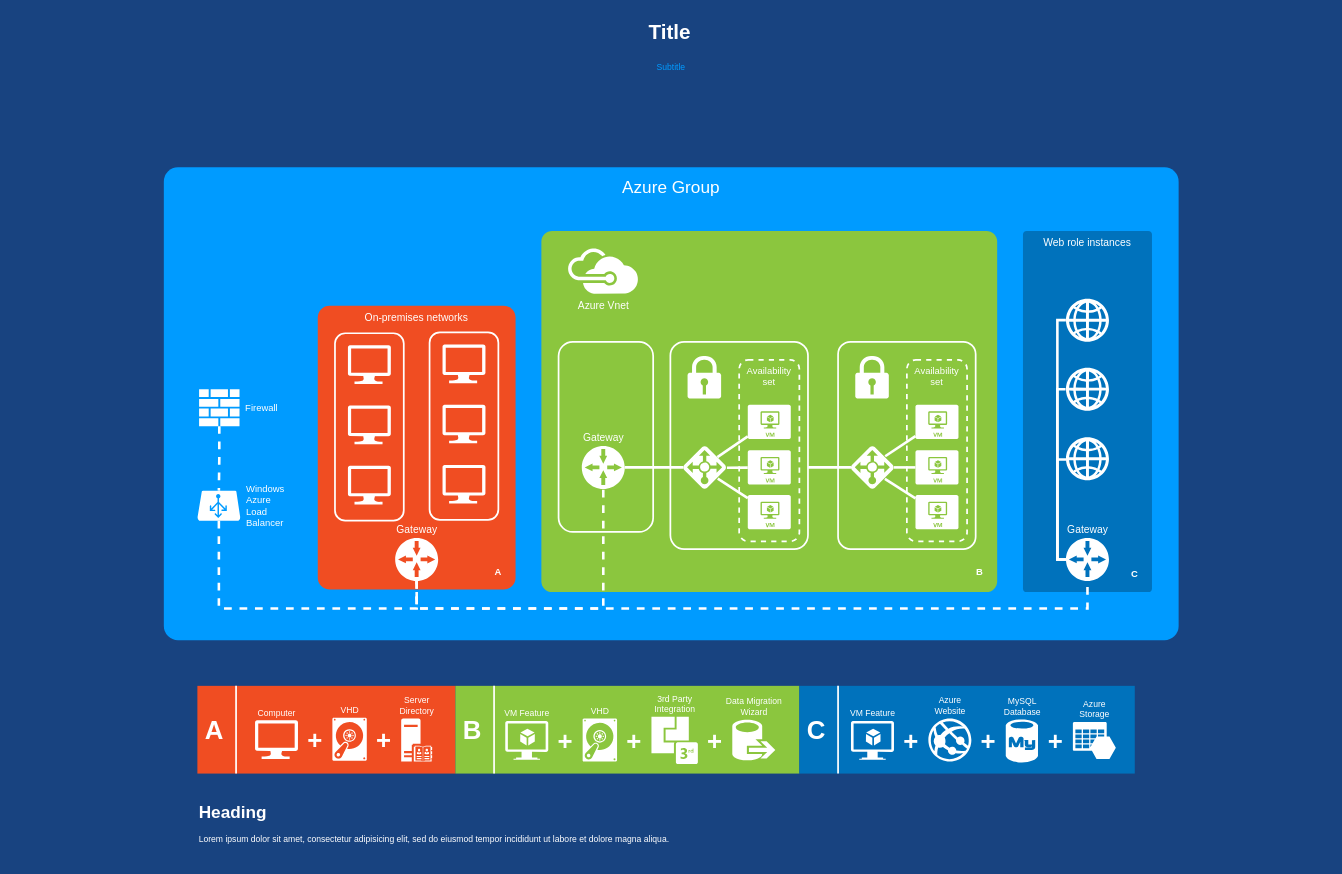
hyk95/git keeps this draw.io diagram as Untitled Diagram.drawio. Above is the earlier version. Source tidied: cells renumbered, new cells numbered last; positions are measured from the earlier drawing's top-left corner, leaving out a move shared by most shapes. Both pictures are drawn from the tidied source at 86%, with x=0, y=0 at pixel (15, 15).
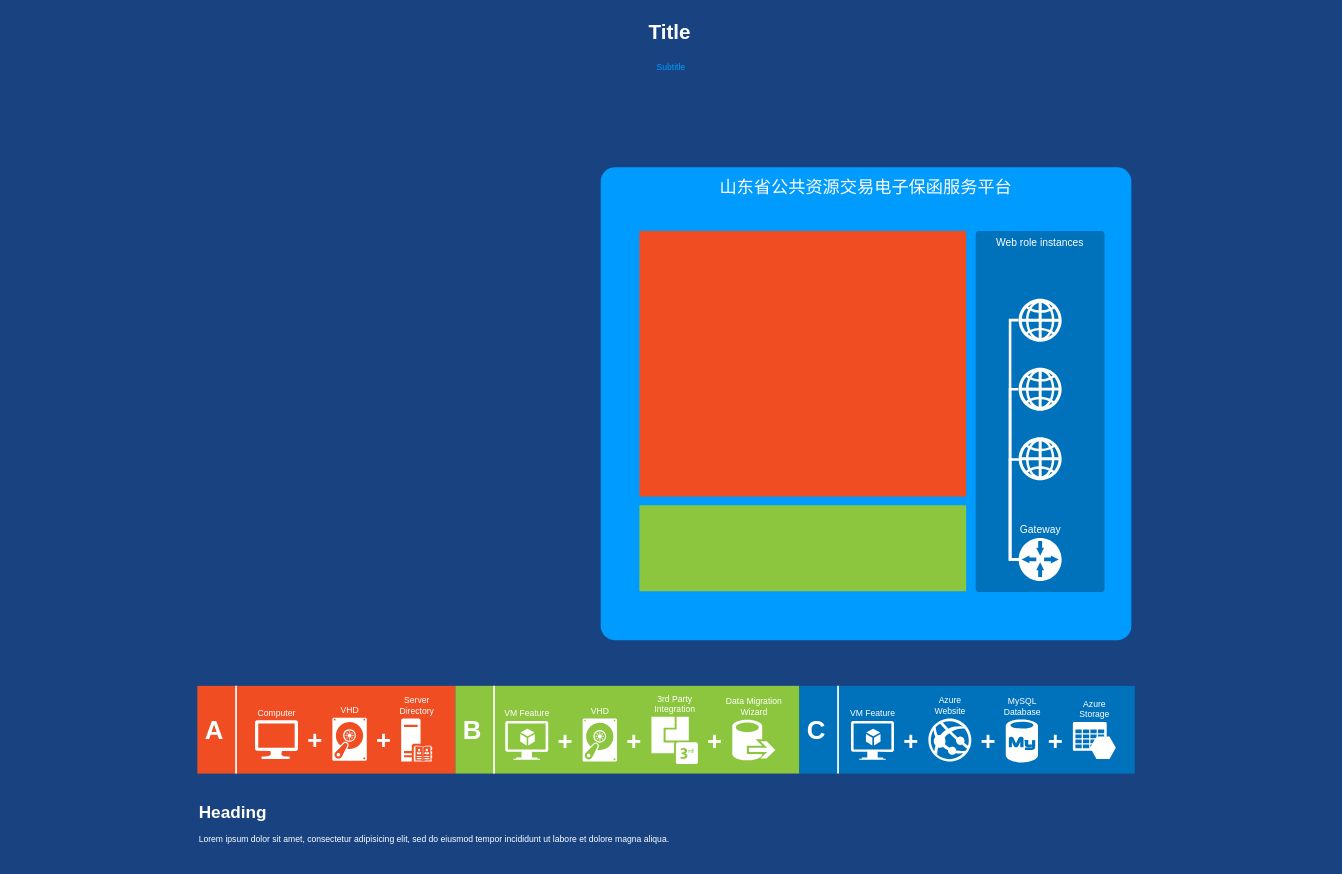
Above is the later version.

Change to the diagram source:
```diff
@@
-    <mxCell id="2" value="Azure Group" style="whiteSpace=wrap;html=1;rounded=1;shadow=0;strokeColor=none;strokeWidth=2;fillColor=#009BFF;fontSize=20;fontColor=#FFFFFF;align=center;arcSize=3;verticalAlign=top;spacingTop=4;" parent="1" vertex="1">
-      <mxGeometry x="173" y="177" width="1180" height="550" as="geometry" />
+    <mxCell id="2" value="山东省公共资源交易电子保函服务平台" style="whiteSpace=wrap;html=1;rounded=1;shadow=0;strokeColor=none;strokeWidth=2;fillColor=#009BFF;fontSize=20;fontColor=#FFFFFF;align=center;arcSize=3;verticalAlign=top;spacingTop=4;" parent="1" vertex="1">
+      <mxGeometry x="681" y="177" width="617" height="550" as="geometry" />
     </mxCell>
     <mxCell id="3" value="Web role instances" style="rounded=1;whiteSpace=wrap;html=1;shadow=0;strokeWidth=2;fillColor=#0072BC;fontSize=12;fontColor=#FFFFFF;align=center;strokeColor=none;arcSize=3;verticalAlign=top;" parent="1" vertex="1">
-      <mxGeometry x="1172" y="251" width="150" height="420" as="geometry" />
+      <mxGeometry x="1117" y="251" width="150" height="420" as="geometry" />
     </mxCell>
-    <mxCell id="4" style="rounded=1;whiteSpace=wrap;html=1;shadow=0;strokeWidth=2;fillColor=#8BC63E;fontSize=12;fontColor=#000000;align=center;strokeColor=none;arcSize=3;" parent="1" vertex="1">
-      <mxGeometry x="612" y="251" width="530" height="420" as="geometry" />
-    </mxCell>
-    <mxCell id="5" style="rounded=1;whiteSpace=wrap;html=1;shadow=0;strokeWidth=2;fillColor=none;fontSize=12;fontColor=#000000;align=center;strokeColor=#FFFFFF;arcSize=10;" parent="1" vertex="1">
-      <mxGeometry x="762" y="380" width="160" height="241" as="geometry" />
-    </mxCell>
-    <mxCell id="6" value="Availability set" style="rounded=1;whiteSpace=wrap;html=1;shadow=0;strokeWidth=2;fillColor=none;fontSize=11;fontColor=#FFFFFF;align=center;strokeColor=#FFFFFF;dashed=1;verticalAlign=top;" parent="1" vertex="1">
-      <mxGeometry x="842" y="401" width="70" height="211" as="geometry" />
-    </mxCell>
-    <mxCell id="7" value="On-premises networks" style="rounded=1;whiteSpace=wrap;html=1;shadow=0;strokeWidth=2;fillColor=#F04D22;fontSize=12;fontColor=#FFFFFF;align=center;strokeColor=none;arcSize=6;verticalAlign=top;" parent="1" vertex="1">
-      <mxGeometry x="352" y="338" width="230" height="330" as="geometry" />
-    </mxCell>
-    <mxCell id="8" style="rounded=1;whiteSpace=wrap;html=1;shadow=0;strokeWidth=2;fillColor=none;fontSize=12;fontColor=#000000;align=center;strokeColor=#FFFFFF;" parent="1" vertex="1">
-      <mxGeometry x="372" y="370" width="80" height="218" as="geometry" />
-    </mxCell>
-    <mxCell id="9" style="rounded=1;whiteSpace=wrap;html=1;shadow=0;strokeWidth=2;fillColor=none;fontSize=12;fontColor=#000000;align=center;strokeColor=#FFFFFF;" parent="1" vertex="1">
-      <mxGeometry x="632" y="380" width="110" height="221" as="geometry" />
-    </mxCell>
-    <mxCell id="10" style="verticalLabelPosition=bottom;html=1;verticalAlign=top;strokeColor=none;fillColor=#FFFFFF;shape=mxgraph.azure.computer;rounded=0;shadow=0;fontSize=12;fontColor=#000000;align=center;" parent="1" vertex="1">
-      <mxGeometry x="387" y="384" width="50" height="45" as="geometry" />
-    </mxCell>
-    <mxCell id="11" style="verticalLabelPosition=bottom;html=1;verticalAlign=top;strokeColor=none;fillColor=#FFFFFF;shape=mxgraph.azure.computer;rounded=0;shadow=0;fontSize=12;fontColor=#000000;align=center;" parent="1" vertex="1">
-      <mxGeometry x="387" y="454" width="50" height="45" as="geometry" />
-    </mxCell>
-    <mxCell id="12" style="verticalLabelPosition=bottom;html=1;verticalAlign=top;strokeColor=none;fillColor=#FFFFFF;shape=mxgraph.azure.computer;rounded=0;shadow=0;fontSize=12;fontColor=#000000;align=center;" parent="1" vertex="1">
-      <mxGeometry x="387" y="524" width="50" height="45" as="geometry" />
-    </mxCell>
-    <mxCell id="13" style="html=1;startArrow=none;startFill=0;startSize=10;endArrow=none;endFill=0;endSize=10;strokeWidth=3;fontSize=11;fontColor=#FFFFFF;strokeColor=#FFFFFF;rounded=0;" parent="1" edge="1" source="14" target="16">
-      <mxGeometry relative="1" as="geometry" />
-    </mxCell>
-    <mxCell id="14" value="Gateway" style="shadow=0;dashed=0;html=1;strokeColor=none;shape=mxgraph.mscae.enterprise.gateway;fillColor=#FFFFFF;rounded=0;fontSize=12;fontColor=#FFFFFF;align=center;labelPosition=center;verticalLabelPosition=top;verticalAlign=bottom;" parent="1" vertex="1">
-      <mxGeometry x="659" y="501" width="50" height="50" as="geometry" />
-    </mxCell>
-    <mxCell id="15" style="shadow=0;dashed=0;html=1;strokeColor=none;shape=mxgraph.mscae.enterprise.lock;fillColor=#FFFFFF;rounded=0;fontSize=12;fontColor=#000000;align=center;" parent="1" vertex="1">
-      <mxGeometry x="782" y="396" width="39" height="50" as="geometry" />
-    </mxCell>
-    <mxCell id="16" style="shadow=0;dashed=0;html=1;strokeColor=none;labelPosition=center;verticalLabelPosition=bottom;verticalAlign=top;shape=mxgraph.mscae.cloud.azure_load_balancer_feature;fillColor=#FFFFFF;rounded=1;fontSize=12;fontColor=#000000;align=center;" parent="1" vertex="1">
-      <mxGeometry x="777" y="501" width="50" height="50" as="geometry" />
-    </mxCell>
-    <mxCell id="17" style="html=1;startArrow=none;startFill=0;startSize=10;endArrow=none;endFill=0;endSize=10;strokeWidth=3;fontSize=11;fontColor=#FFFFFF;entryX=0.793;entryY=0.26;entryPerimeter=0;strokeColor=#FFFFFF;rounded=0;" parent="1" edge="1" source="18" target="16">
-      <mxGeometry relative="1" as="geometry" />
-    </mxCell>
-    <mxCell id="18" style="verticalLabelPosition=bottom;html=1;verticalAlign=top;strokeColor=none;fillColor=#FFFFFF;shape=mxgraph.azure.virtual_machine;rounded=1;shadow=0;fontSize=12;fontColor=#000000;align=center;" parent="1" vertex="1">
-      <mxGeometry x="852" y="453" width="50" height="40" as="geometry" />
-    </mxCell>
-    <mxCell id="19" style="html=1;entryX=1.016;entryY=0.509;entryPerimeter=0;startArrow=none;startFill=0;startSize=10;endArrow=none;endFill=0;endSize=10;strokeWidth=3;fontSize=11;fontColor=#FFFFFF;strokeColor=#FFFFFF;rounded=0;" parent="1" edge="1" source="20" target="16">
-      <mxGeometry relative="1" as="geometry" />
-    </mxCell>
-    <mxCell id="20" style="verticalLabelPosition=bottom;html=1;verticalAlign=top;strokeColor=none;fillColor=#FFFFFF;shape=mxgraph.azure.virtual_machine;rounded=1;shadow=0;fontSize=12;fontColor=#000000;align=center;" parent="1" vertex="1">
-      <mxGeometry x="852" y="506" width="50" height="40" as="geometry" />
-    </mxCell>
-    <mxCell id="21" style="html=1;entryX=0.802;entryY=0.762;entryPerimeter=0;startArrow=none;startFill=0;startSize=10;endArrow=none;endFill=0;endSize=10;strokeWidth=3;fontSize=11;fontColor=#FFFFFF;strokeColor=#FFFFFF;rounded=0;" parent="1" edge="1" source="22" target="16">
-      <mxGeometry relative="1" as="geometry" />
-    </mxCell>
-    <mxCell id="22" style="verticalLabelPosition=bottom;html=1;verticalAlign=top;strokeColor=none;fillColor=#FFFFFF;shape=mxgraph.azure.virtual_machine;rounded=1;shadow=0;fontSize=12;fontColor=#000000;align=center;" parent="1" vertex="1">
-      <mxGeometry x="852" y="558" width="50" height="40" as="geometry" />
-    </mxCell>
-    <mxCell id="23" value="Azure Vnet" style="shadow=0;dashed=0;html=1;strokeColor=none;fillColor=#FFFFFF;labelPosition=center;verticalLabelPosition=bottom;verticalAlign=top;shape=mxgraph.office.clouds.azure;rounded=1;fontSize=12;fontColor=#FFFFFF;align=center;" parent="1" vertex="1">
-      <mxGeometry x="642" y="271" width="83" height="53" as="geometry" />
-    </mxCell>
-    <mxCell id="24" style="rounded=1;whiteSpace=wrap;html=1;shadow=0;strokeWidth=2;fillColor=none;fontSize=12;fontColor=#000000;align=center;strokeColor=#FFFFFF;" parent="1" vertex="1">
-      <mxGeometry x="482" y="369" width="80" height="218" as="geometry" />
-    </mxCell>
-    <mxCell id="25" style="verticalLabelPosition=bottom;html=1;verticalAlign=top;strokeColor=none;fillColor=#FFFFFF;shape=mxgraph.azure.computer;rounded=0;shadow=0;fontSize=12;fontColor=#000000;align=center;" parent="1" vertex="1">
-      <mxGeometry x="497" y="383" width="50" height="45" as="geometry" />
-    </mxCell>
-    <mxCell id="26" style="verticalLabelPosition=bottom;html=1;verticalAlign=top;strokeColor=none;fillColor=#FFFFFF;shape=mxgraph.azure.computer;rounded=0;shadow=0;fontSize=12;fontColor=#000000;align=center;" parent="1" vertex="1">
-      <mxGeometry x="497" y="453" width="50" height="45" as="geometry" />
-    </mxCell>
-    <mxCell id="27" style="verticalLabelPosition=bottom;html=1;verticalAlign=top;strokeColor=none;fillColor=#FFFFFF;shape=mxgraph.azure.computer;rounded=0;shadow=0;fontSize=12;fontColor=#000000;align=center;" parent="1" vertex="1">
-      <mxGeometry x="497" y="523" width="50" height="45" as="geometry" />
-    </mxCell>
-    <mxCell id="28" style="edgeStyle=orthogonalEdgeStyle;html=1;startArrow=none;startFill=0;startSize=10;endArrow=none;endFill=0;endSize=10;strokeWidth=3;fontSize=11;fontColor=#FFFFFF;strokeColor=#FFFFFF;dashed=1;rounded=0;" parent="1" edge="1" source="29" target="14">
-      <mxGeometry relative="1" as="geometry">
-        <Array as="points">
-          <mxPoint x="467" y="690" />
-          <mxPoint x="684" y="690" />
-        </Array>
-      </mxGeometry>
-    </mxCell>
-    <mxCell id="29" value="Gateway" style="shadow=0;dashed=0;html=1;strokeColor=none;shape=mxgraph.mscae.enterprise.gateway;fillColor=#FFFFFF;rounded=0;fontSize=12;fontColor=#FFFFFF;align=center;labelPosition=center;verticalLabelPosition=top;verticalAlign=bottom;" parent="1" vertex="1">
-      <mxGeometry x="442" y="608" width="50" height="50" as="geometry" />
-    </mxCell>
-    <mxCell id="30" style="rounded=1;whiteSpace=wrap;html=1;shadow=0;strokeWidth=2;fillColor=none;fontSize=12;fontColor=#000000;align=center;strokeColor=#FFFFFF;arcSize=9;" parent="1" vertex="1">
-      <mxGeometry x="957" y="380" width="160" height="241" as="geometry" />
-    </mxCell>
-    <mxCell id="31" value="&lt;span&gt;Availability set&lt;/span&gt;" style="rounded=1;whiteSpace=wrap;html=1;shadow=0;strokeWidth=2;fillColor=none;fontSize=11;fontColor=#FFFFFF;align=center;strokeColor=#FFFFFF;dashed=1;verticalAlign=top;" parent="1" vertex="1">
-      <mxGeometry x="1037" y="401" width="70" height="211" as="geometry" />
-    </mxCell>
-    <mxCell id="32" style="shadow=0;dashed=0;html=1;strokeColor=none;shape=mxgraph.mscae.enterprise.lock;fillColor=#FFFFFF;rounded=0;fontSize=12;fontColor=#000000;align=center;" parent="1" vertex="1">
-      <mxGeometry x="977" y="396" width="39" height="50" as="geometry" />
-    </mxCell>
-    <mxCell id="33" style="html=1;startArrow=none;startFill=0;startSize=10;endArrow=none;endFill=0;endSize=10;strokeWidth=3;fontSize=11;fontColor=#FFFFFF;strokeColor=#FFFFFF;rounded=0;edgeStyle=elbowEdgeStyle;elbow=vertical;" parent="1" edge="1" source="37" target="5">
-      <mxGeometry relative="1" as="geometry" />
-    </mxCell>
-    <mxCell id="34" style="edgeStyle=orthogonalEdgeStyle;html=1;startArrow=none;startFill=0;startSize=10;endArrow=none;endFill=0;endSize=10;strokeWidth=3;fontSize=11;fontColor=#FFFFFF;strokeColor=#FFFFFF;rounded=0;" parent="1" edge="1" source="37" target="39">
-      <mxGeometry relative="1" as="geometry" />
-    </mxCell>
-    <mxCell id="35" style="html=1;startArrow=none;startFill=0;startSize=10;endArrow=none;endFill=0;endSize=10;strokeWidth=3;fontSize=11;fontColor=#FFFFFF;strokeColor=#FFFFFF;rounded=0;exitX=0.796;exitY=0.241;exitPerimeter=0;" parent="1" edge="1" source="37" target="38">
-      <mxGeometry relative="1" as="geometry" />
-    </mxCell>
-    <mxCell id="36" style="html=1;startArrow=none;startFill=0;startSize=10;endArrow=none;endFill=0;endSize=10;strokeWidth=3;fontSize=11;fontColor=#FFFFFF;strokeColor=#FFFFFF;rounded=0;exitX=0.789;exitY=0.767;exitPerimeter=0;" parent="1" edge="1" source="37" target="40">
-      <mxGeometry relative="1" as="geometry" />
-    </mxCell>
-    <mxCell id="37" style="shadow=0;dashed=0;html=1;strokeColor=none;labelPosition=center;verticalLabelPosition=bottom;verticalAlign=top;shape=mxgraph.mscae.cloud.azure_load_balancer_feature;fillColor=#FFFFFF;rounded=1;fontSize=12;fontColor=#000000;align=center;" parent="1" vertex="1">
-      <mxGeometry x="972" y="501" width="50" height="50" as="geometry" />
-    </mxCell>
-    <mxCell id="38" style="verticalLabelPosition=bottom;html=1;verticalAlign=top;strokeColor=none;fillColor=#FFFFFF;shape=mxgraph.azure.virtual_machine;rounded=1;shadow=0;fontSize=12;fontColor=#000000;align=center;" parent="1" vertex="1">
-      <mxGeometry x="1047" y="453" width="50" height="40" as="geometry" />
-    </mxCell>
-    <mxCell id="39" style="verticalLabelPosition=bottom;html=1;verticalAlign=top;strokeColor=none;fillColor=#FFFFFF;shape=mxgraph.azure.virtual_machine;rounded=1;shadow=0;fontSize=12;fontColor=#000000;align=center;" parent="1" vertex="1">
-      <mxGeometry x="1047" y="506" width="50" height="40" as="geometry" />
-    </mxCell>
-    <mxCell id="40" style="verticalLabelPosition=bottom;html=1;verticalAlign=top;strokeColor=none;fillColor=#FFFFFF;shape=mxgraph.azure.virtual_machine;rounded=1;shadow=0;fontSize=12;fontColor=#000000;align=center;" parent="1" vertex="1">
-      <mxGeometry x="1047" y="558" width="50" height="40" as="geometry" />
-    </mxCell>
-    <mxCell id="41" style="edgeStyle=orthogonalEdgeStyle;html=1;startArrow=none;startFill=0;startSize=10;endArrow=none;endFill=0;endSize=10;strokeWidth=3;fontSize=11;fontColor=#FFFFFF;strokeColor=#FFFFFF;dashed=1;rounded=0;" parent="1" edge="1" source="42" target="45">
-      <mxGeometry relative="1" as="geometry" />
-    </mxCell>
-    <mxCell id="42" value="Firewall" style="shadow=0;dashed=0;html=1;strokeColor=none;labelPosition=right;verticalLabelPosition=middle;verticalAlign=middle;shape=mxgraph.office.concepts.firewall;fillColor=#FFFFFF;rounded=1;fontSize=11;fontColor=#FFFFFF;align=left;spacingLeft=5;" parent="1" vertex="1">
-      <mxGeometry x="214" y="435" width="47" height="43" as="geometry" />
-    </mxCell>
-    <mxCell id="43" style="edgeStyle=orthogonalEdgeStyle;html=1;startArrow=none;startFill=0;startSize=10;endArrow=none;endFill=0;endSize=10;strokeWidth=3;fontSize=11;fontColor=#FFFFFF;strokeColor=#FFFFFF;dashed=1;rounded=0;" parent="1" edge="1" source="29" target="51">
-      <mxGeometry relative="1" as="geometry">
-        <Array as="points">
-          <mxPoint x="467" y="690" />
-          <mxPoint x="1247" y="690" />
-        </Array>
-      </mxGeometry>
-    </mxCell>
-    <mxCell id="44" style="edgeStyle=orthogonalEdgeStyle;html=1;startArrow=none;startFill=0;startSize=10;endArrow=none;endFill=0;endSize=10;strokeWidth=3;fontSize=11;fontColor=#FFFFFF;strokeColor=#FFFFFF;dashed=1;rounded=0;" parent="1" edge="1" source="45" target="29">
-      <mxGeometry relative="1" as="geometry">
-        <Array as="points">
-          <mxPoint x="237" y="690" />
-          <mxPoint x="467" y="690" />
-        </Array>
-      </mxGeometry>
-    </mxCell>
-    <mxCell id="45" value="Windows&lt;div&gt;Azure&lt;/div&gt;&lt;div&gt;Load&lt;/div&gt;&lt;div&gt;Balancer&lt;/div&gt;" style="verticalLabelPosition=middle;html=1;verticalAlign=middle;strokeColor=none;fillColor=#FFFFFF;shape=mxgraph.azure.azure_load_balancer;rounded=1;shadow=0;dashed=1;fontSize=11;fontColor=#FFFFFF;align=left;labelPosition=right;spacingLeft=5;" parent="1" vertex="1">
-      <mxGeometry x="212" y="553" width="50" height="35" as="geometry" />
-    </mxCell>
     <mxCell id="46" style="shadow=0;dashed=0;html=1;strokeColor=none;shape=mxgraph.mscae.enterprise.web;fillColor=#FFFFFF;rounded=1;fontSize=11;fontColor=#FFFFFF;align=center;" parent="1" vertex="1">
-      <mxGeometry x="1222" y="491" width="50" height="50" as="geometry" />
+      <mxGeometry x="1167" y="491" width="50" height="50" as="geometry" />
     </mxCell>
     <mxCell id="47" style="shadow=0;dashed=0;html=1;strokeColor=none;shape=mxgraph.mscae.enterprise.web;fillColor=#FFFFFF;rounded=1;fontSize=11;fontColor=#FFFFFF;align=center;" parent="1" vertex="1">
-      <mxGeometry x="1222" y="410" width="50" height="50" as="geometry" />
+      <mxGeometry x="1167" y="410" width="50" height="50" as="geometry" />
     </mxCell>
     <mxCell id="48" style="shadow=0;dashed=0;html=1;strokeColor=none;shape=mxgraph.mscae.enterprise.web;fillColor=#FFFFFF;rounded=1;fontSize=11;fontColor=#FFFFFF;align=center;" parent="1" vertex="1">
-      <mxGeometry x="1222" y="330" width="50" height="50" as="geometry" />
+      <mxGeometry x="1167" y="330" width="50" height="50" as="geometry" />
     </mxCell>
     <mxCell id="49" style="edgeStyle=orthogonalEdgeStyle;rounded=0;elbow=vertical;html=1;startArrow=none;startFill=0;startSize=10;endArrow=none;endFill=0;endSize=10;strokeColor=#FFFFFF;strokeWidth=3;fontSize=20;fontColor=#FFFFFF;entryX=0.004;entryY=0.516;entryPerimeter=0;" parent="1" edge="1" source="51" target="46">
       <mxGeometry relative="1" as="geometry">
         <Array as="points">
-          <mxPoint x="1212" y="633" />
-          <mxPoint x="1212" y="517" />
+          <mxPoint x="1157" y="633" />
+          <mxPoint x="1157" y="517" />
         </Array>
       </mxGeometry>
     </mxCell>
     <mxCell id="50" style="edgeStyle=orthogonalEdgeStyle;rounded=0;elbow=vertical;html=1;entryX=-0.002;entryY=0.494;entryPerimeter=0;startArrow=none;startFill=0;startSize=10;endArrow=none;endFill=0;endSize=10;strokeColor=#FFFFFF;strokeWidth=3;fontSize=20;fontColor=#FFFFFF;" parent="1" edge="1" source="51" target="48">
       <mxGeometry relative="1" as="geometry">
         <Array as="points">
-          <mxPoint x="1212" y="633" />
-          <mxPoint x="1212" y="355" />
+          <mxPoint x="1157" y="633" />
+          <mxPoint x="1157" y="355" />
         </Array>
       </mxGeometry>
     </mxCell>
     <mxCell id="51" value="Gateway" style="shadow=0;dashed=0;html=1;strokeColor=none;shape=mxgraph.mscae.enterprise.gateway;fillColor=#FFFFFF;rounded=0;fontSize=12;fontColor=#FFFFFF;align=center;labelPosition=center;verticalLabelPosition=top;verticalAlign=bottom;" parent="1" vertex="1">
-      <mxGeometry x="1222" y="608" width="50" height="50" as="geometry" />
+      <mxGeometry x="1167" y="608" width="50" height="50" as="geometry" />
     </mxCell>
-    <mxCell id="52" value="A" style="text;html=1;strokeColor=none;fillColor=none;align=center;verticalAlign=middle;whiteSpace=wrap;rounded=1;shadow=0;fontSize=11;fontColor=#FFFFFF;fontStyle=1;" parent="1" vertex="1">
-      <mxGeometry x="552" y="638" width="20" height="20" as="geometry" />
-    </mxCell>
-    <mxCell id="53" value="B" style="text;html=1;strokeColor=none;fillColor=none;align=center;verticalAlign=middle;whiteSpace=wrap;rounded=1;shadow=0;fontSize=11;fontColor=#FFFFFF;fontStyle=1;" parent="1" vertex="1">
-      <mxGeometry x="1112" y="638" width="20" height="20" as="geometry" />
-    </mxCell>
-    <mxCell id="54" value="C" style="text;html=1;strokeColor=none;fillColor=none;align=center;verticalAlign=middle;whiteSpace=wrap;rounded=1;shadow=0;fontSize=11;fontColor=#FFFFFF;fontStyle=1;" parent="1" vertex="1">
-      <mxGeometry x="1292" y="640" width="20" height="20" as="geometry" />
-    </mxCell>
@@
     <mxCell id="86" style="edgeStyle=orthogonalEdgeStyle;rounded=0;elbow=vertical;html=1;startArrow=none;startFill=0;startSize=10;endArrow=none;endFill=0;endSize=10;strokeColor=#FFFFFF;strokeWidth=3;fontSize=20;fontColor=#FFFFFF;entryX=-0.009;entryY=0.502;entryPerimeter=0;" parent="1" edge="1" source="51" target="47">
       <mxGeometry relative="1" as="geometry">
         <Array as="points">
-          <mxPoint x="1212" y="633" />
-          <mxPoint x="1212" y="435" />
+          <mxPoint x="1157" y="633" />
+          <mxPoint x="1157" y="435" />
         </Array>
       </mxGeometry>
     </mxCell>
+    <mxCell id="87" style="rounded=0;whiteSpace=wrap;html=1;shadow=0;strokeWidth=2;fillColor=#F04D22;fontSize=12;fontColor=#FFFFFF;align=center;strokeColor=none;arcSize=6;verticalAlign=top;" parent="1" vertex="1">
+      <mxGeometry x="726" y="251" width="380" height="309" as="geometry" />
+    </mxCell>
+    <mxCell id="88" style="rounded=0;whiteSpace=wrap;html=1;shadow=0;strokeWidth=2;fillColor=#8BC63E;fontSize=12;fontColor=#FFFFFF;align=center;strokeColor=none;arcSize=6;verticalAlign=top;" parent="1" vertex="1">
+      <mxGeometry x="726" y="570" width="380" height="100" as="geometry" />
+    </mxCell>
```
